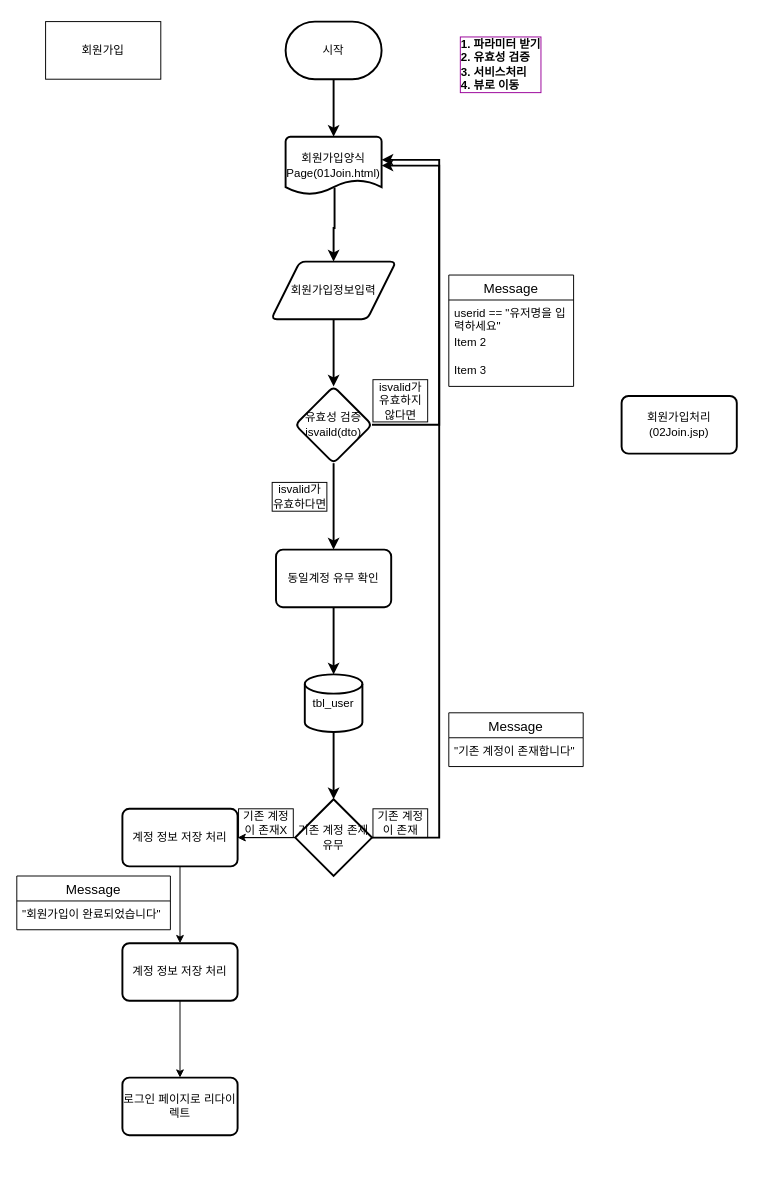
Earlier version of the draw.io diagram JSP/src/main/webapp/Ch04/회원가입.drawio (B735244/Bigdata_UI_Bogeum). Source tidied: cells renumbered, new cells numbered last; positions are measured from the earlier drawing's top-left corner, leaving out a move shared by most shapes. Both pictures are drawn from the tidied source at 96%, with x=0, y=0 at pixel (16, 21).
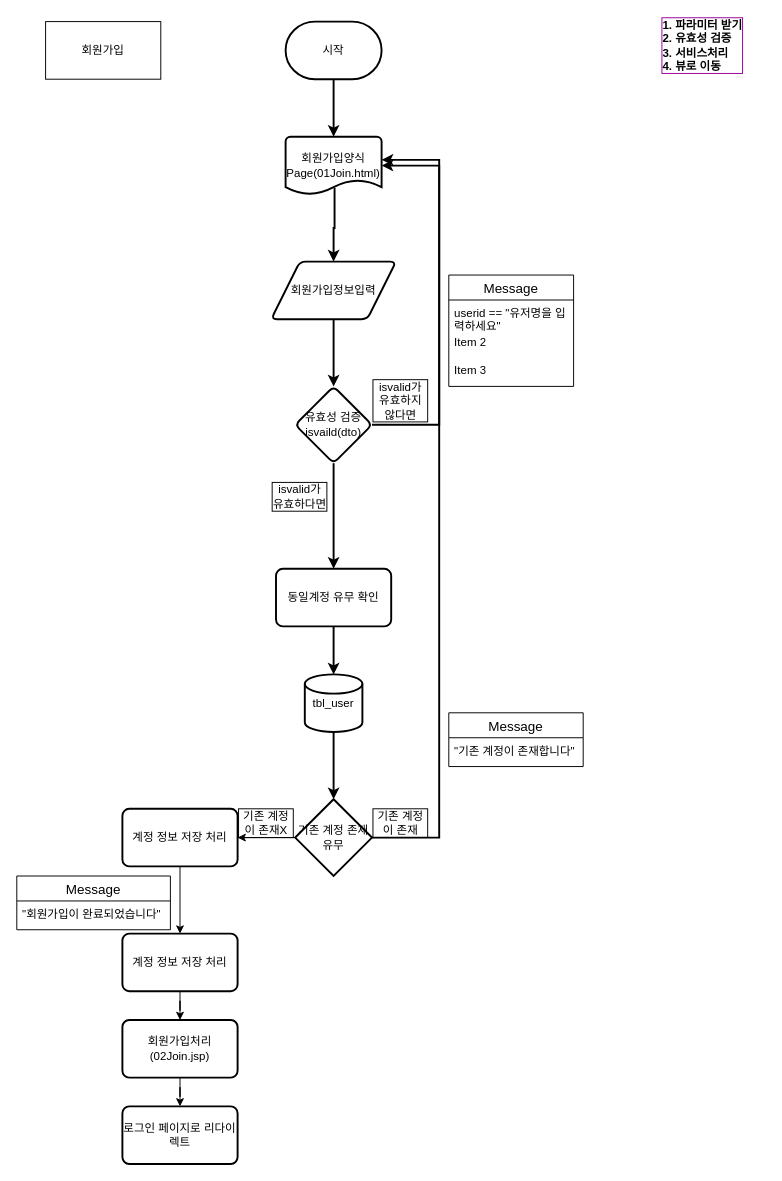
The same diagram, later.

What changed in the source:
```diff
@@
+    <mxCell id="38" style="edgeStyle=orthogonalEdgeStyle;rounded=0;jettySize=auto;html=1;" parent="1" edge="1" source="9" target="35">
+      <mxGeometry relative="1" as="geometry" />
+    </mxCell>
     <mxCell id="9" value="회원가입처리&lt;div&gt;(02Join.jsp)&lt;/div&gt;" style="whiteSpace=wrap;html=1;strokeWidth=2;rounded=1;arcSize=12;" parent="1" vertex="1">
-      <mxGeometry x="630" y="390" width="120" height="60" as="geometry" />
+      <mxGeometry x="110" y="1040" width="120" height="60" as="geometry" />
     </mxCell>
     <mxCell id="10" value="1. 파라미터 받기&lt;div&gt;2. 유효성 검증&lt;/div&gt;&lt;div&gt;3. 서비스처리&lt;/div&gt;&lt;div&gt;4. 뷰로 이동&lt;/div&gt;" style="text;html=1;align=left;verticalAlign=middle;whiteSpace=wrap;rounded=0;fontStyle=1;labelBorderColor=#990099;strokeWidth=3;" parent="1" vertex="1">
-      <mxGeometry x="460" y="30" width="110" height="30" as="geometry" />
+      <mxGeometry x="670" y="10" width="110" height="30" as="geometry" />
     </mxCell>
@@
     <mxCell id="20" value="동일계정 유무 확인" style="whiteSpace=wrap;html=1;strokeWidth=2;rounded=1;arcSize=12;" parent="1" vertex="1">
-      <mxGeometry x="270" y="550" width="120" height="60" as="geometry" />
+      <mxGeometry x="270" y="570" width="120" height="60" as="geometry" />
     </mxCell>
@@
-    <mxCell id="31" style="edgeStyle=orthogonalEdgeStyle;rounded=0;jettySize=auto;html=1;" parent="1" edge="1" source="32" target="35">
-      <mxGeometry relative="1" as="geometry" />
-    </mxCell>
+    <mxCell id="39" style="edgeStyle=orthogonalEdgeStyle;rounded=0;jettySize=auto;html=1;" parent="1" edge="1" source="32" target="9">
+      <mxGeometry relative="1" as="geometry" />
+    </mxCell>
     <mxCell id="32" value="계정 정보 저장 처리" style="whiteSpace=wrap;html=1;strokeWidth=2;rounded=1;arcSize=12;" parent="1" vertex="1">
-      <mxGeometry x="110" y="960" width="120" height="60" as="geometry" />
+      <mxGeometry x="110" y="950" width="120" height="60" as="geometry" />
     </mxCell>
@@
     <mxCell id="35" value="로그인 페이지로 리다이렉트" style="whiteSpace=wrap;html=1;strokeWidth=2;rounded=1;arcSize=12;" parent="1" vertex="1">
-      <mxGeometry x="110" y="1100" width="120" height="60" as="geometry" />
+      <mxGeometry x="110" y="1130" width="120" height="60" as="geometry" />
     </mxCell>
```
